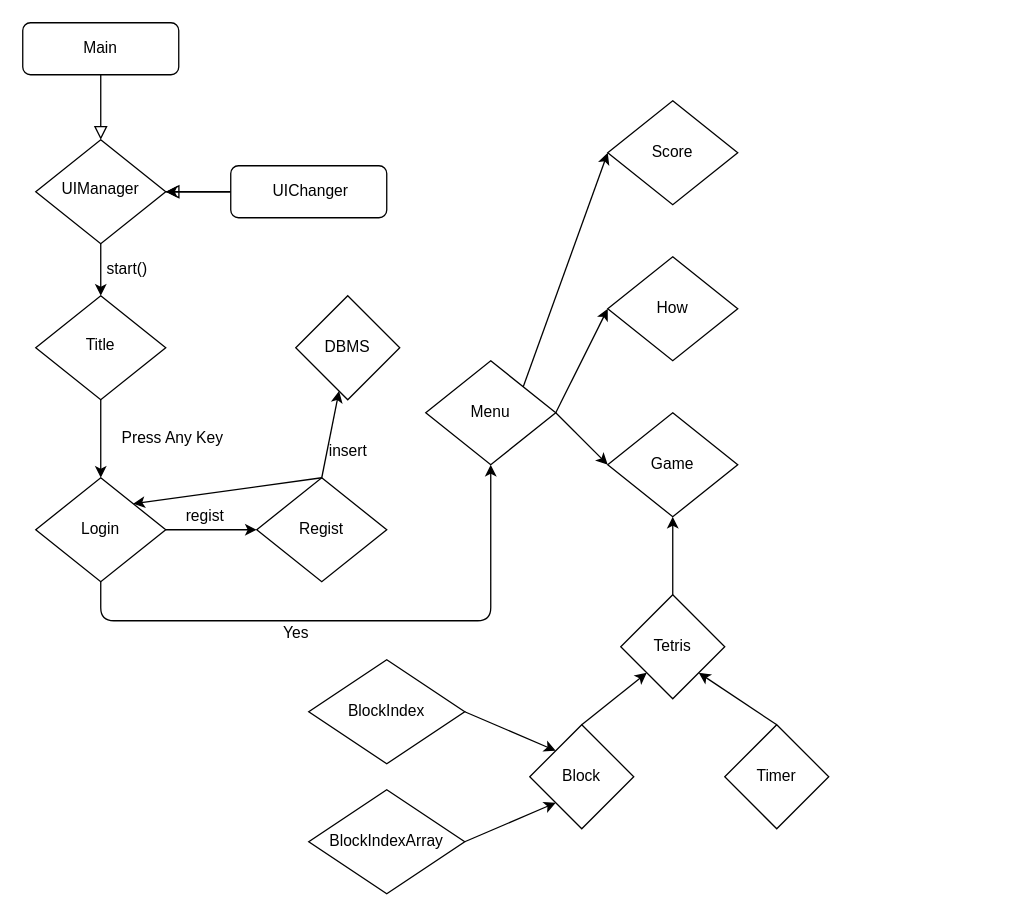
Earlier version of the draw.io diagram MyGame2/Untitled Diagram.drawio (shinilseop/witlab_java_practice). Source tidied: cells renumbered, new cells numbered last; positions are measured from the earlier drawing's top-left corner, leaving out a move shared by most shapes. Both pictures are drawn from the tidied source at 130%, with x=0, y=0 at pixel (22, 22).
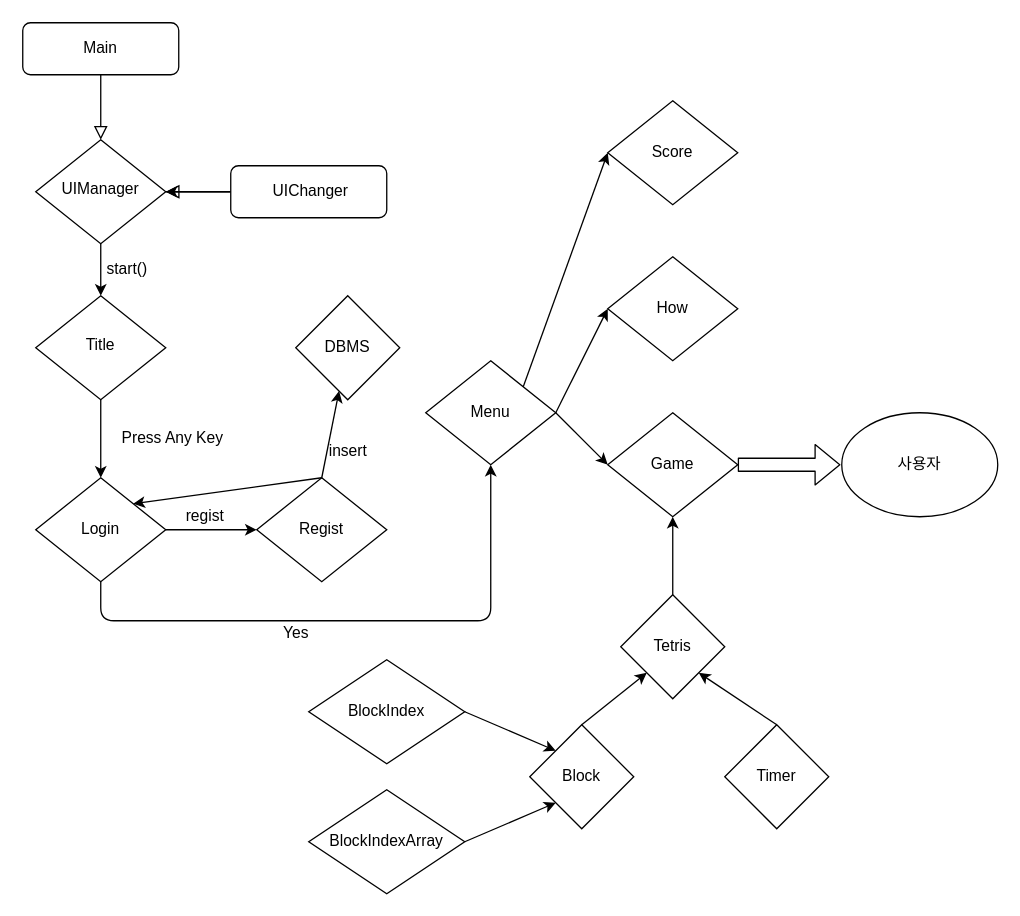
Above is the later version.

The change refers to these unchanged cells:
```xml
<mxCell id="14" value="Game" style="rhombus;whiteSpace=wrap;html=1;" parent="1" vertex="1">
  <mxGeometry x="450" y="300" width="100" height="80" as="geometry" />
</mxCell>
```

Change to the diagram source:
```diff
@@
+    <mxCell id="40" value="사용자" style="ellipse;whiteSpace=wrap;html=1;" parent="1" vertex="1">
+      <mxGeometry x="630" y="300" width="120" height="80" as="geometry" />
+    </mxCell>
+    <mxCell id="41" style="shape=flexArrow;endArrow=classic;html=1;exitX=1;exitY=0.5;exitDx=0;exitDy=0;" parent="1" edge="1" source="14">
+      <mxGeometry relative="1" as="geometry">
+        <mxPoint x="629" y="340" as="targetPoint" />
+      </mxGeometry>
+    </mxCell>
```
